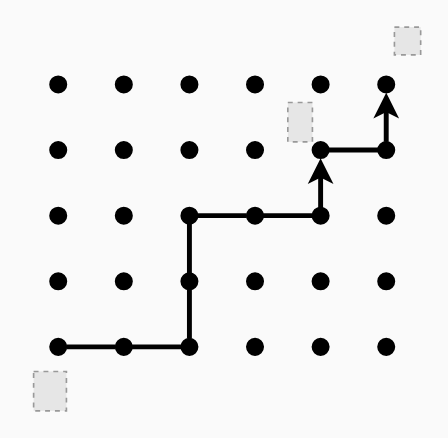
This is files/suri_rinko_M2_S3.drawio from asSqr/draw.io, a draw.io file, before an edit. Source tidied: cells renumbered, new cells numbered last; positions are measured from the earlier drawing's top-left corner, leaving out a move shared by most shapes. Both pictures are drawn from the tidied source at 164%, with x=0, y=0 at pixel (33, 26). Pictures stored in the file or linked from it are replaced by grey dashed boxes.
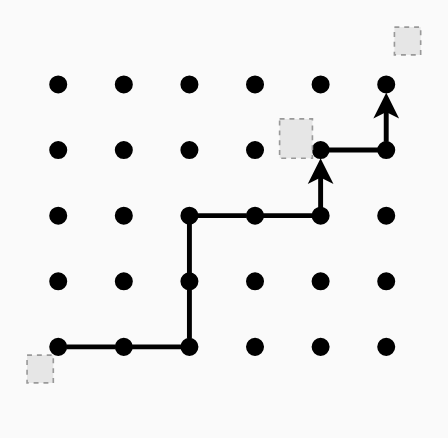
Above is the later version.

Diff of the diagram source:
```diff
@@
     <mxCell id="40" style="fillColor=#E6E6E6;strokeColor=#999999;dashed=1;verticalLabelPosition=bottom;labelBackgroundColor=#ffffff;verticalAlign=top;" parent="1" vertex="1">
-      <mxGeometry y="210" width="20" height="24" as="geometry" />
+      <mxGeometry x="150" y="56" width="20" height="24" as="geometry" />
     </mxCell>
-    <mxCell id="41" style="fillColor=#E6E6E6;strokeColor=#999999;dashed=1;verticalLabelPosition=bottom;labelBackgroundColor=#ffffff;verticalAlign=top;" parent="1" vertex="1">
-      <mxGeometry x="155" y="46" width="15" height="24" as="geometry" />
-    </mxCell>
@@
+    <mxCell id="44" style="fillColor=#E6E6E6;strokeColor=#999999;dashed=1;verticalLabelPosition=bottom;labelBackgroundColor=#ffffff;verticalAlign=top;" parent="1" vertex="1">
+      <mxGeometry x="-4" y="200" width="16" height="17" as="geometry" />
+    </mxCell>
```
